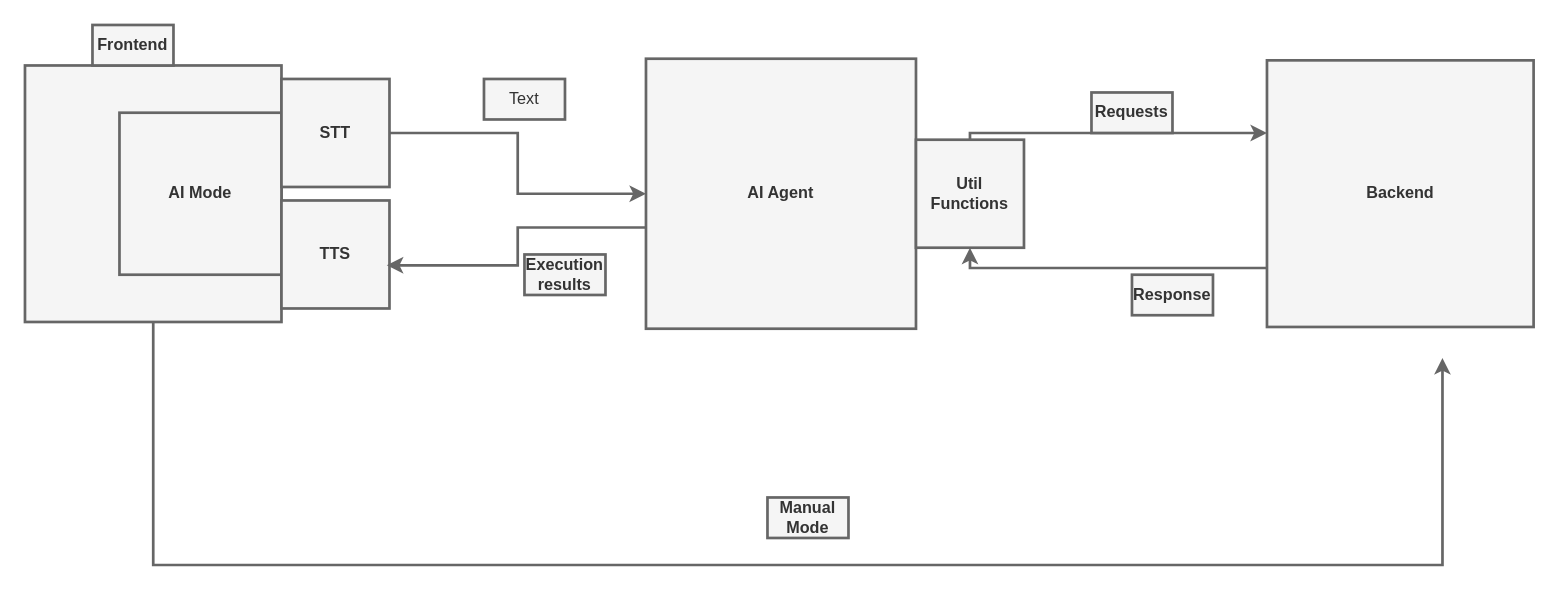
DonDurkheim/architecture-designs keeps this draw.io diagram as Untitled Diagram.drawio. Above is the earlier version. Source tidied: cells renumbered, new cells numbered last; positions are measured from the earlier drawing's top-left corner, leaving out a move shared by most shapes. Both pictures are drawn from the tidied source at 135%, with x=0, y=0 at pixel (24, 24).
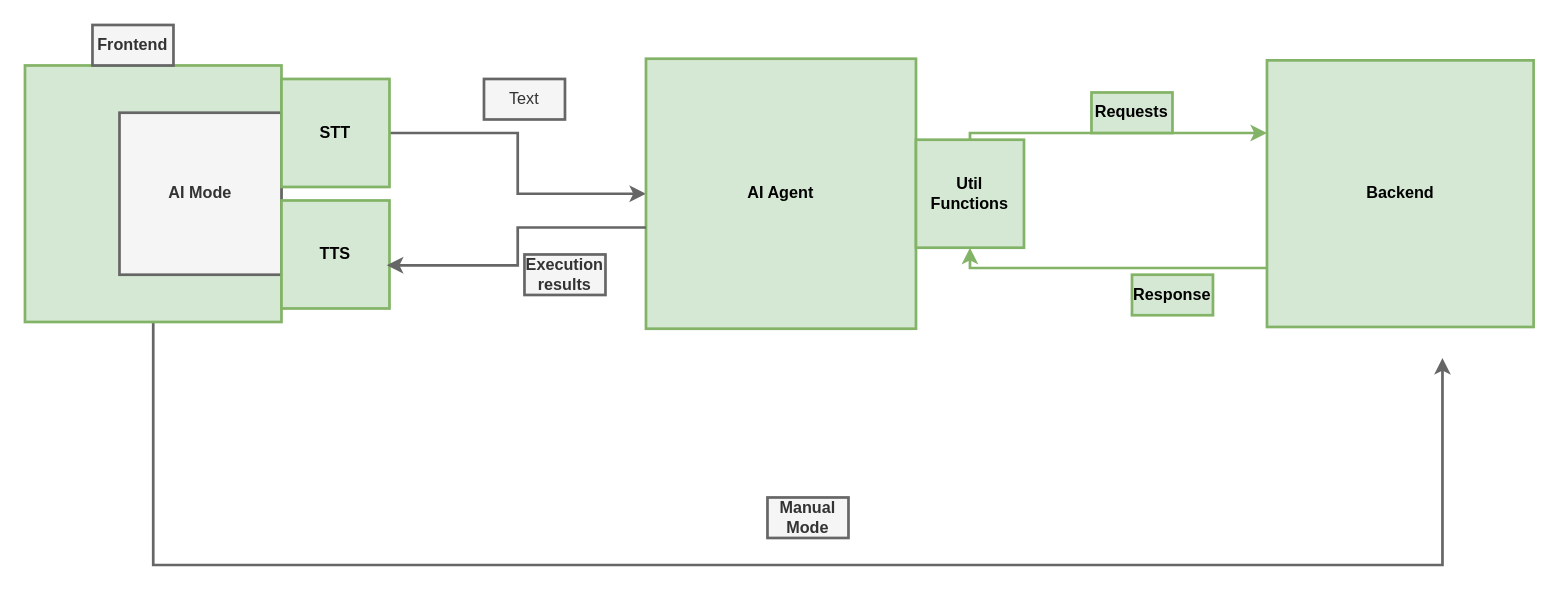
Above is the later version.

The edit, as a diff of the source:
```diff
@@
-    <mxCell id="3" style="whiteSpace=wrap;html=1;fillColor=#f5f5f5;fontColor=#333333;strokeColor=#666666;strokeWidth=2;" parent="1" vertex="1">
+    <mxCell id="3" style="whiteSpace=wrap;html=1;fillColor=#d5e8d4;strokeColor=#82b366;strokeWidth=2;" parent="1" vertex="1">
       <mxGeometry y="30" width="190" height="190" as="geometry" />
     </mxCell>
@@
-    <mxCell id="7" value="&lt;b&gt;STT&lt;/b&gt;" style="whiteSpace=wrap;html=1;fillColor=#f5f5f5;fontColor=#333333;strokeColor=#666666;strokeWidth=2;" parent="1" vertex="1">
+    <mxCell id="7" value="&lt;b&gt;STT&lt;/b&gt;" style="whiteSpace=wrap;html=1;fillColor=#d5e8d4;strokeColor=#82b366;strokeWidth=2;" parent="1" vertex="1">
       <mxGeometry x="190" y="40" width="80" height="80" as="geometry" />
     </mxCell>
-    <mxCell id="8" value="&lt;b&gt;TTS&lt;/b&gt;" style="whiteSpace=wrap;html=1;fillColor=#f5f5f5;fontColor=#333333;strokeColor=#666666;strokeWidth=2;" parent="1" vertex="1">
+    <mxCell id="8" value="&lt;b&gt;TTS&lt;/b&gt;" style="whiteSpace=wrap;html=1;fillColor=#d5e8d4;strokeColor=#82b366;strokeWidth=2;" parent="1" vertex="1">
       <mxGeometry x="190" y="130" width="80" height="80" as="geometry" />
     </mxCell>
-    <mxCell id="9" value="&lt;b&gt;AI Agent&lt;/b&gt;" style="whiteSpace=wrap;html=1;fillColor=#f5f5f5;fontColor=#333333;strokeColor=#666666;strokeWidth=2;" parent="1" vertex="1">
+    <mxCell id="9" value="&lt;b&gt;AI Agent&lt;/b&gt;" style="whiteSpace=wrap;html=1;fillColor=#d5e8d4;strokeColor=#82b366;strokeWidth=2;" parent="1" vertex="1">
       <mxGeometry x="460" y="25" width="200" height="200" as="geometry" />
     </mxCell>
-    <mxCell id="10" style="edgeStyle=orthogonalEdgeStyle;rounded=0;jettySize=auto;html=1;fillColor=#f5f5f5;strokeColor=#666666;strokeWidth=2;" parent="1" edge="1" source="11" target="13">
+    <mxCell id="10" style="edgeStyle=orthogonalEdgeStyle;rounded=0;jettySize=auto;html=1;fillColor=#d5e8d4;strokeColor=#82b366;strokeWidth=2;" parent="1" edge="1" source="11" target="13">
       <mxGeometry relative="1" as="geometry">
         <Array as="points">
           <mxPoint x="700" y="80" />
         </Array>
       </mxGeometry>
     </mxCell>
-    <mxCell id="11" value="&lt;b&gt;Util Functions&lt;/b&gt;" style="whiteSpace=wrap;html=1;fillColor=#f5f5f5;fontColor=#333333;strokeColor=#666666;strokeWidth=2;" parent="1" vertex="1">
+    <mxCell id="11" value="&lt;b&gt;Util Functions&lt;/b&gt;" style="whiteSpace=wrap;html=1;fillColor=#d5e8d4;strokeColor=#82b366;strokeWidth=2;" parent="1" vertex="1">
       <mxGeometry x="660" y="85" width="80" height="80" as="geometry" />
     </mxCell>
-    <mxCell id="12" style="edgeStyle=orthogonalEdgeStyle;rounded=0;jettySize=auto;html=1;fillColor=#f5f5f5;strokeColor=#666666;strokeWidth=2;" parent="1" edge="1" source="13" target="11">
+    <mxCell id="12" style="edgeStyle=orthogonalEdgeStyle;rounded=0;jettySize=auto;html=1;fillColor=#d5e8d4;strokeColor=#82b366;strokeWidth=2;" parent="1" edge="1" source="13" target="11">
       <mxGeometry relative="1" as="geometry">
         <Array as="points">
           <mxPoint x="700" y="180" />
         </Array>
       </mxGeometry>
     </mxCell>
-    <mxCell id="13" value="&lt;b&gt;Backend&lt;/b&gt;" style="whiteSpace=wrap;html=1;fillColor=#f5f5f5;fontColor=#333333;strokeColor=#666666;strokeWidth=2;" parent="1" vertex="1">
+    <mxCell id="13" value="&lt;b&gt;Backend&lt;/b&gt;" style="whiteSpace=wrap;html=1;fillColor=#d5e8d4;strokeColor=#82b366;strokeWidth=2;" parent="1" vertex="1">
       <mxGeometry x="920" y="26.2" width="197.5" height="197.5" as="geometry" />
     </mxCell>
-    <mxCell id="14" value="&lt;b&gt;Requests&lt;/b&gt;" style="text;html=1;whiteSpace=wrap;align=center;verticalAlign=middle;rounded=0;fillColor=#f5f5f5;fontColor=#333333;strokeColor=#666666;strokeWidth=2;" parent="1" vertex="1">
+    <mxCell id="14" value="&lt;b&gt;Requests&lt;/b&gt;" style="text;html=1;whiteSpace=wrap;align=center;verticalAlign=middle;rounded=0;fillColor=#d5e8d4;strokeColor=#82b366;strokeWidth=2;" parent="1" vertex="1">
       <mxGeometry x="790" y="50" width="60" height="30" as="geometry" />
     </mxCell>
-    <mxCell id="15" value="&lt;b&gt;Response&lt;/b&gt;" style="text;html=1;whiteSpace=wrap;align=center;verticalAlign=middle;rounded=0;fillColor=#f5f5f5;fontColor=#333333;strokeColor=#666666;strokeWidth=2;" parent="1" vertex="1">
+    <mxCell id="15" value="&lt;b&gt;Response&lt;/b&gt;" style="text;html=1;whiteSpace=wrap;align=center;verticalAlign=middle;rounded=0;fillColor=#d5e8d4;strokeColor=#82b366;strokeWidth=2;" parent="1" vertex="1">
       <mxGeometry x="820" y="185" width="60" height="30" as="geometry" />
     </mxCell>
```
